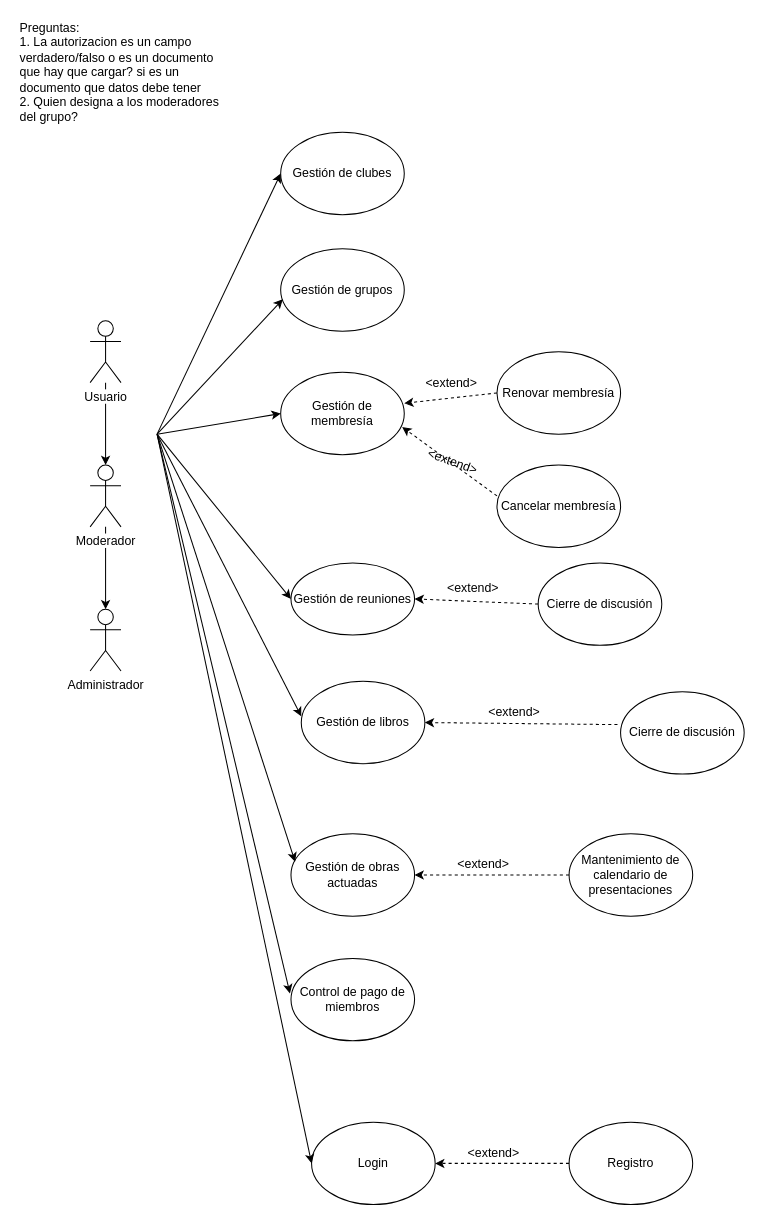
NeutronBlast/IS-Ex keeps this draw.io diagram as RC UC.drawio. Above is the earlier version. Source tidied: cells renumbered, new cells numbered last; positions are measured from the earlier drawing's top-left corner, leaving out a move shared by most shapes. Both pictures are drawn from the tidied source at 103%, with x=0, y=0 at pixel (18, 18).
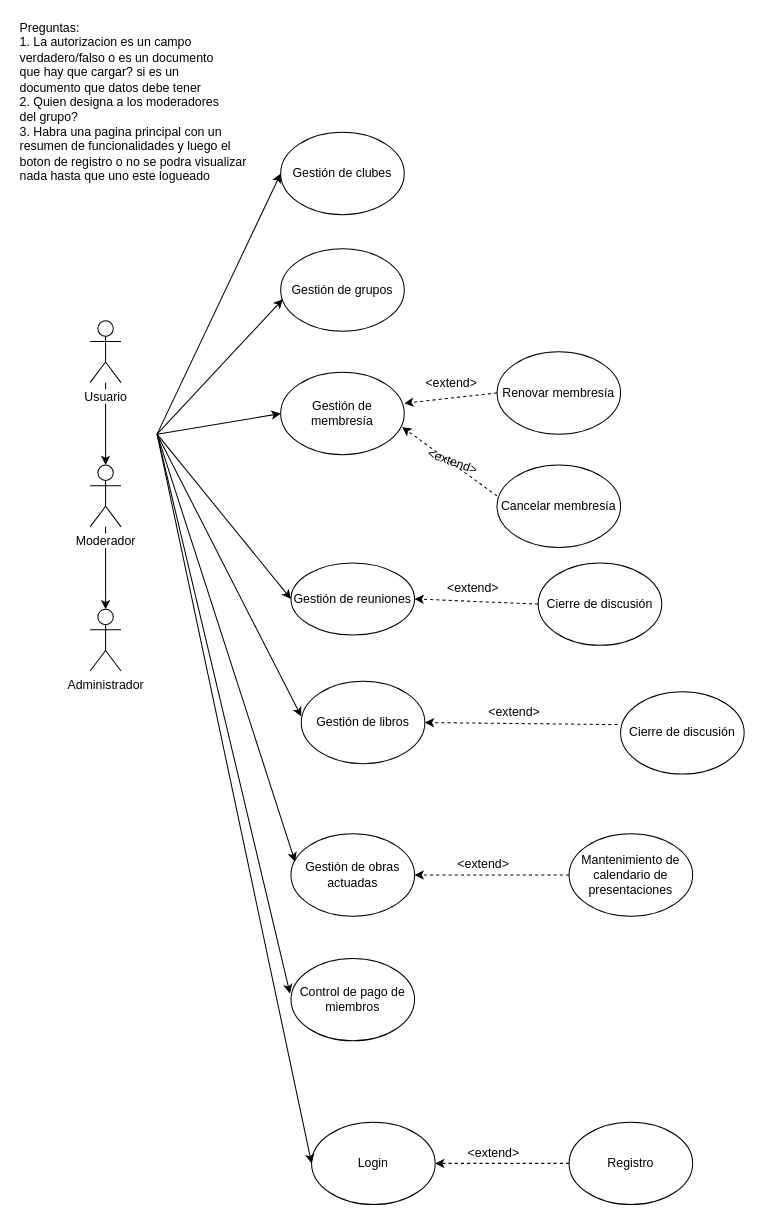
After the change.

The edit, as a diff of the source:
```diff
@@
-    <mxCell id="9" value="Preguntas:&lt;br&gt;1. La autorizacion es un campo&amp;nbsp;&lt;br&gt;verdadero/falso o es un documento&lt;br&gt;que hay que cargar? si es un&lt;br&gt;documento que datos debe tener&lt;br&gt;2. Quien designa a los moderadores&lt;br&gt;del grupo?" style="text;html=1;align=left;verticalAlign=top;spacingTop=-4;" parent="1" vertex="1">
-      <mxGeometry width="210" height="100" as="geometry" />
+    <mxCell id="9" value="Preguntas:&lt;br&gt;1. La autorizacion es un campo&amp;nbsp;&lt;br&gt;verdadero/falso o es un documento&lt;br&gt;que hay que cargar? si es un&lt;br&gt;documento que datos debe tener&lt;br&gt;2. Quien designa a los moderadores&lt;br&gt;del grupo?&lt;br&gt;3. Habra una pagina principal con un&lt;br&gt;resumen de funcionalidades y luego el&lt;br&gt;boton de registro o no se podra visualizar&lt;br&gt;nada hasta que&amp;nbsp;uno este logueado" style="text;html=1;align=left;verticalAlign=top;spacingTop=-4;" parent="1" vertex="1">
+      <mxGeometry width="240" height="150" as="geometry" />
     </mxCell>
```
